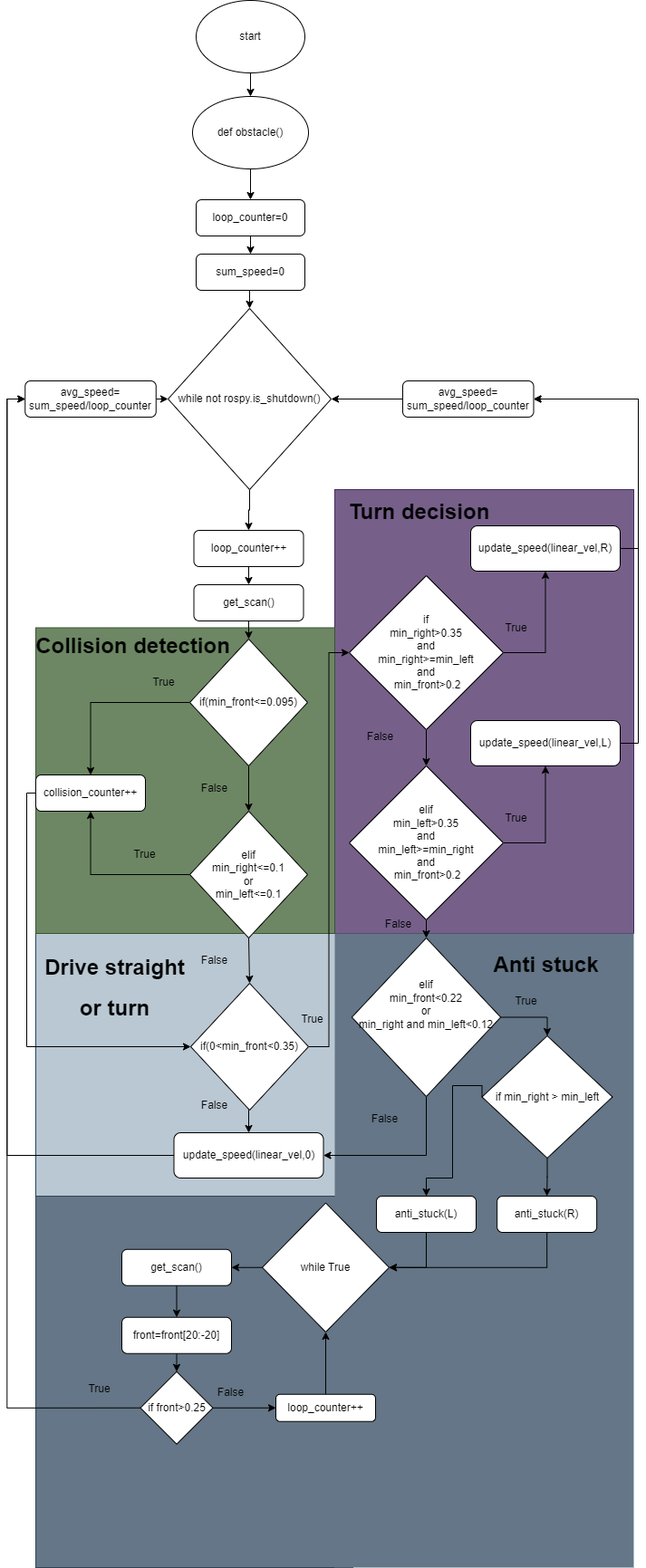
This is Untitled Diagram.drawio.png from Teun0n/flowcharts, a draw.io export, as it was before one commit. Source tidied: cells renumbered, new cells last; positions are measured from the earlier drawing's top-left corner, leaving out a move shared by most shapes.
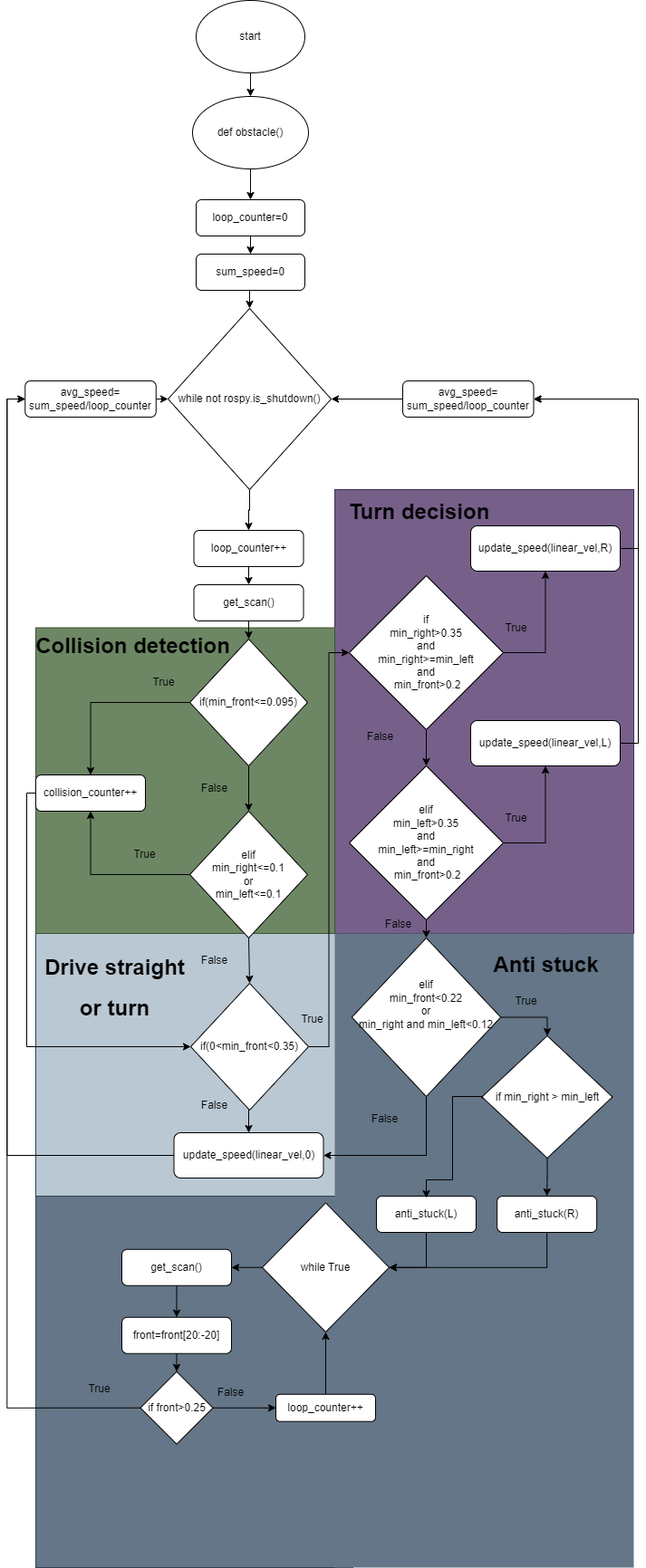
Above is the later version.

Diff of the diagram source:
```diff
@@ -256,12 +256,15 @@
     <mxCell id="84" style="edgeStyle=orthogonalEdgeStyle;rounded=0;jettySize=auto;html=1;exitX=0.5;exitY=1;exitDx=0;exitDy=0;entryX=0.5;entryY=0;entryDx=0;entryDy=0;" parent="1" edge="1" source="86" target="38">
       <mxGeometry relative="1" as="geometry" />
     </mxCell>
-    <mxCell id="85" style="edgeStyle=orthogonalEdgeStyle;rounded=0;jettySize=auto;html=1;exitX=0;exitY=0.5;exitDx=0;exitDy=0;entryX=0.5;entryY=0;entryDx=0;entryDy=0;" parent="1" edge="1" source="86" target="46">
+    <mxCell id="85" style="edgeStyle=orthogonalEdgeStyle;rounded=0;orthogonalLoop=1;jettySize=auto;html=1;exitX=0;exitY=0.5;exitDx=0;exitDy=0;entryX=0.5;entryY=0;entryDx=0;entryDy=0;" parent="1" edge="1">
       <mxGeometry relative="1" as="geometry">
+        <mxPoint x="505.5" y="1212.5" as="sourcePoint" />
+        <mxPoint x="444" y="1322" as="targetPoint" />
         <Array as="points">
-          <mxPoint x="473" y="1198" />
-          <mxPoint x="473" y="1300" />
-          <mxPoint x="444" y="1300" />
+          <mxPoint x="506" y="1210" />
+          <mxPoint x="473" y="1210" />
+          <mxPoint x="473" y="1302" />
+          <mxPoint x="444" y="1302" />
         </Array>
       </mxGeometry>
     </mxCell>
```
